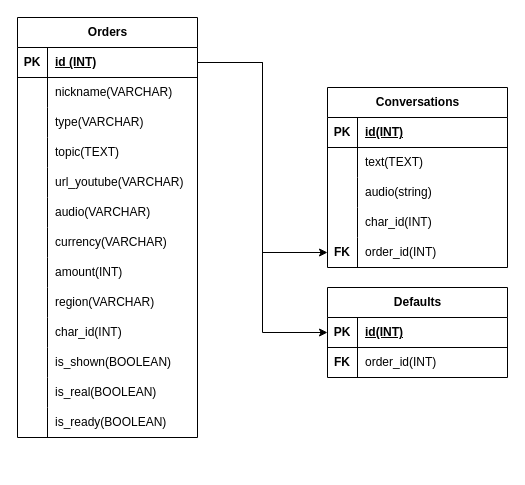
This is Untitled Diagram.drawio from fao30/alena, a draw.io file, before an edit. Source tidied: cells renumbered, new cells numbered last; positions are measured from the earlier drawing's top-left corner, leaving out a move shared by most shapes. Both pictures are drawn from the tidied source at 100%, with x=0, y=0 at pixel (17, 17).
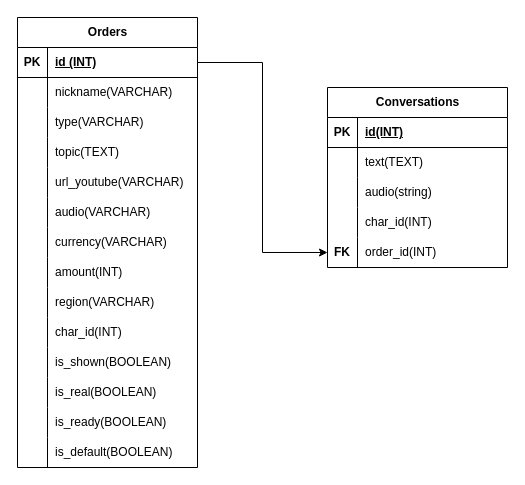
The same page after the edit.

Unchanged cells that the change refers to:
```xml
<mxCell id="3" style="shape=tableRow;horizontal=0;startSize=0;swimlaneHead=0;swimlaneBody=0;fillColor=none;points=[[0,0.5],[1,0.5]];portConstraint=eastwest;top=0;left=0;right=0;bottom=1;" parent="2" vertex="1">
  <mxGeometry y="30" width="180" height="30" as="geometry" />
</mxCell>
```

Diff of the diagram source:
```diff
@@
     <mxCell id="2" value="Orders" style="shape=table;startSize=30;childLayout=tableLayout;rowLines=0;fontStyle=1;align=center;html=1;" parent="1" vertex="1">
-      <mxGeometry width="180" height="420" as="geometry" />
+      <mxGeometry width="180" height="450" as="geometry" />
     </mxCell>
@@
+    <mxCell id="67" style="shape=tableRow;horizontal=0;startSize=0;swimlaneHead=0;swimlaneBody=0;fillColor=none;top=0;left=0;right=0;bottom=0;" parent="2" vertex="1">
+      <mxGeometry y="420" width="180" height="30" as="geometry" />
+    </mxCell>
+    <mxCell id="68" style="shape=partialRectangle;fillColor=none;top=0;left=0;bottom=0;right=0;overflow=hidden;whiteSpace=wrap;html=1;" parent="67" vertex="1">
+      <mxGeometry width="30" height="30" as="geometry" />
+    </mxCell>
+    <mxCell id="69" value="is_default(BOOLEAN)" style="shape=partialRectangle;fillColor=none;top=0;left=0;bottom=0;right=0;align=left;spacingLeft=6;overflow=hidden;whiteSpace=wrap;html=1;" parent="67" vertex="1">
+      <mxGeometry x="30" width="150" height="30" as="geometry" />
+    </mxCell>
@@
-    <mxCell id="59" value="Defaults" style="shape=table;startSize=30;childLayout=tableLayout;rowLines=0;fontStyle=1;align=center;html=1;" parent="1" vertex="1">
-      <mxGeometry x="310" y="270" width="180" height="90" as="geometry" />
-    </mxCell>
-    <mxCell id="60" style="shape=tableRow;horizontal=0;startSize=0;swimlaneHead=0;swimlaneBody=0;fillColor=none;points=[[0,0.5],[1,0.5]];portConstraint=eastwest;top=0;left=0;right=0;bottom=1;" parent="59" vertex="1">
-      <mxGeometry y="30" width="180" height="30" as="geometry" />
-    </mxCell>
-    <mxCell id="61" value="PK" style="shape=partialRectangle;fillColor=none;top=0;left=0;bottom=0;right=0;fontStyle=1;overflow=hidden;whiteSpace=wrap;html=1;" parent="60" vertex="1">
-      <mxGeometry width="30" height="30" as="geometry" />
-    </mxCell>
-    <mxCell id="62" value="id(INT)" style="shape=partialRectangle;fillColor=none;top=0;left=0;bottom=0;right=0;align=left;spacingLeft=6;fontStyle=5;overflow=hidden;whiteSpace=wrap;html=1;" parent="60" vertex="1">
-      <mxGeometry x="30" width="150" height="30" as="geometry" />
-    </mxCell>
-    <mxCell id="63" style="shape=tableRow;horizontal=0;startSize=0;swimlaneHead=0;swimlaneBody=0;fillColor=none;top=0;left=0;right=0;bottom=0;" parent="59" vertex="1">
-      <mxGeometry y="60" width="180" height="30" as="geometry" />
-    </mxCell>
-    <mxCell id="64" value="&lt;b&gt;FK&lt;/b&gt;" style="shape=partialRectangle;fillColor=none;top=0;left=0;bottom=0;right=0;overflow=hidden;whiteSpace=wrap;html=1;" parent="63" vertex="1">
-      <mxGeometry width="30" height="30" as="geometry" />
-    </mxCell>
-    <mxCell id="65" value="order_id(INT)" style="shape=partialRectangle;fillColor=none;top=0;left=0;bottom=0;right=0;align=left;spacingLeft=6;overflow=hidden;whiteSpace=wrap;html=1;" parent="63" vertex="1">
-      <mxGeometry x="30" width="150" height="30" as="geometry" />
-    </mxCell>
-    <mxCell id="66" style="edgeStyle=orthogonalEdgeStyle;rounded=0;jettySize=auto;html=1;" parent="1" edge="1" source="3" target="60">
-      <mxGeometry relative="1" as="geometry" />
-    </mxCell>
```
